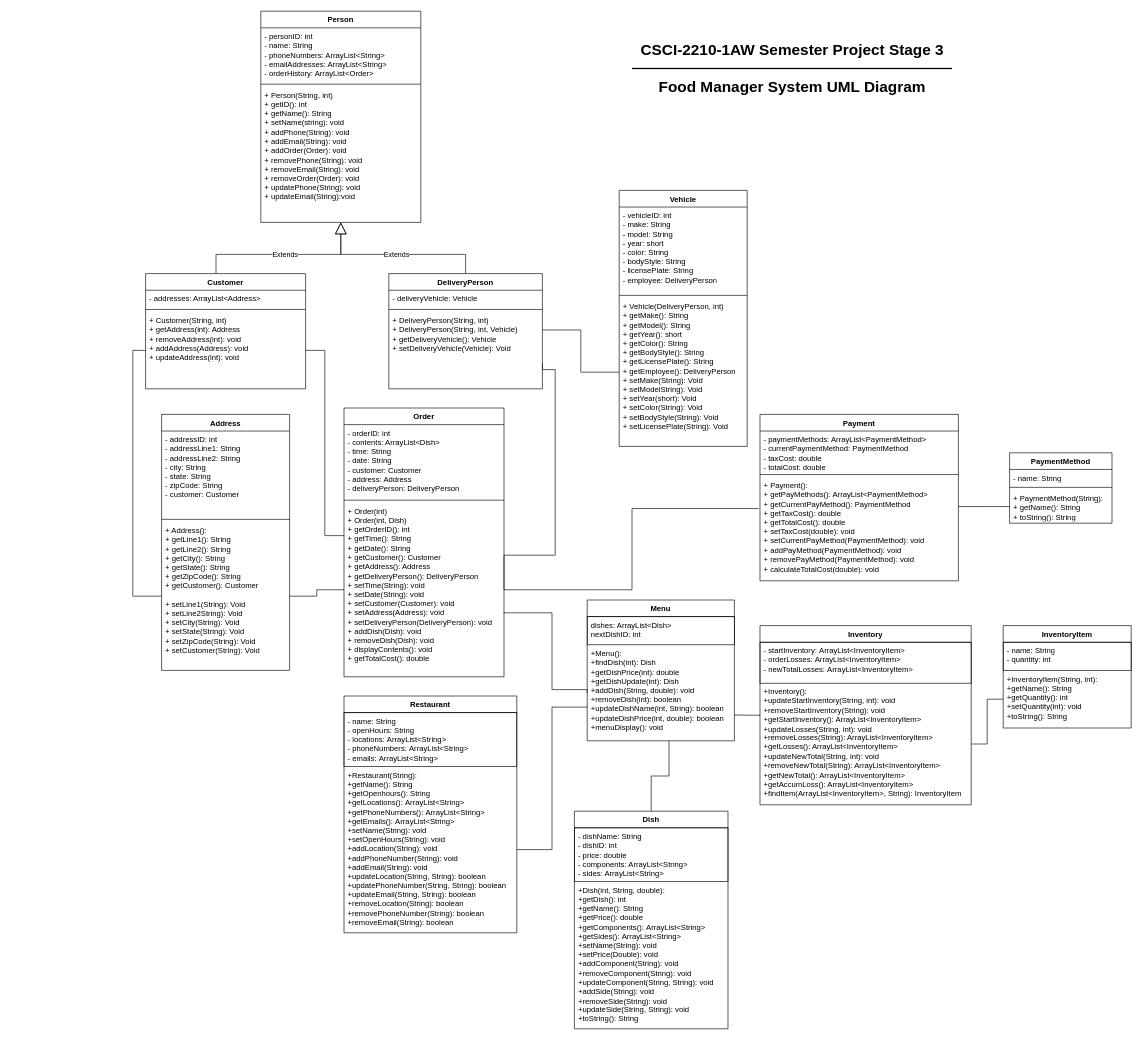
The draw.io diagram Part 3/Stage 3 UML Diagram.drawio in amayeux6704/food-manager, before the edit. Source tidied: cells renumbered, new cells numbered last; positions are measured from the earlier drawing's top-left corner, leaving out a move shared by most shapes. Both pictures are drawn from the tidied source at 64%, with x=0, y=0 at pixel (145, 11).
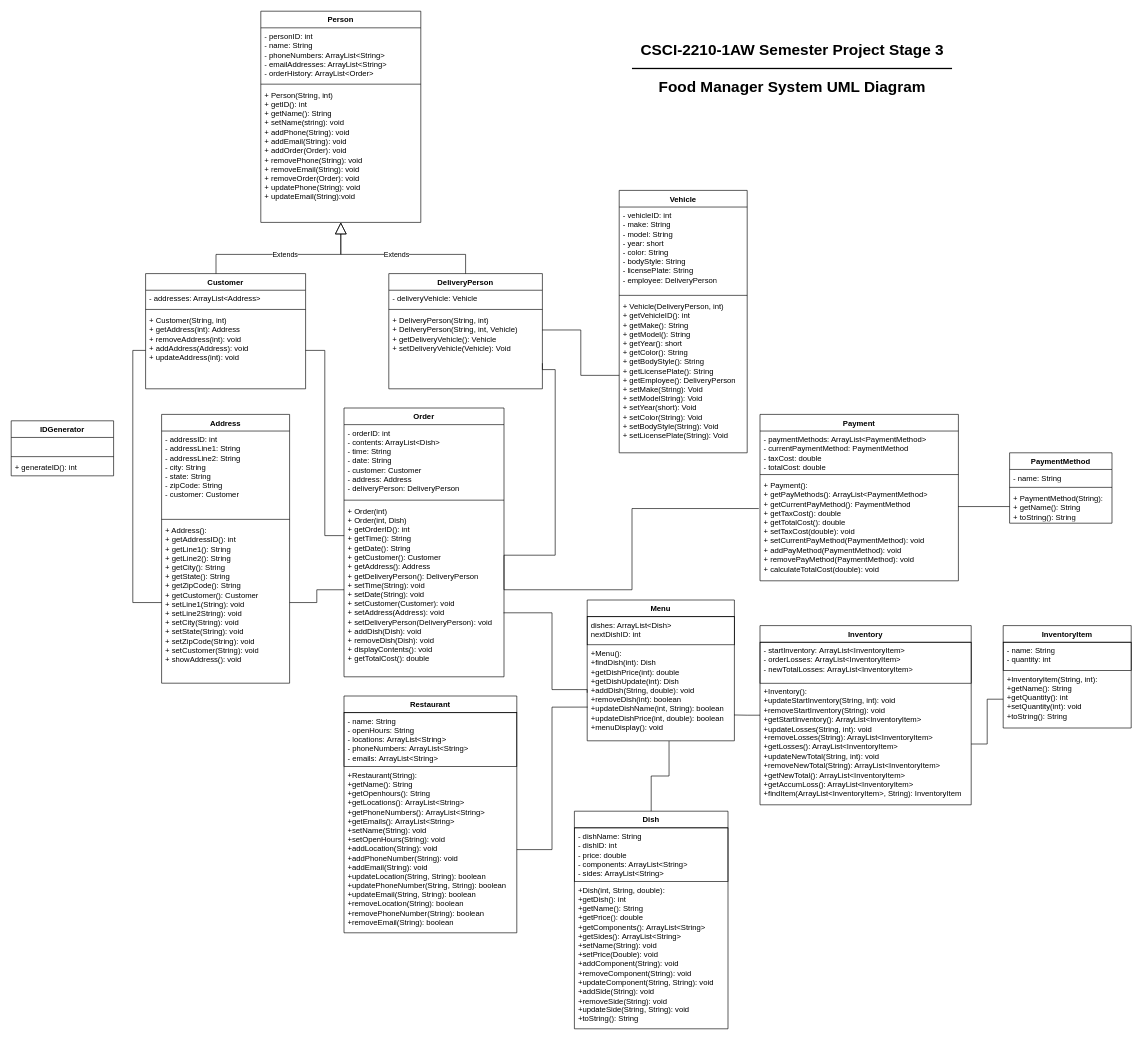
The same diagram, later.

Commit message (it also covers changes not shown here):
Added src folder for source code files, added Address.java, Customer.java, DeliveryPerson.java, Order.java, Person.java, and Vehicle.java. Updated UML diagram.

Change to the diagram source:
```diff
@@
     <mxCell id="2" value="Vehicle" style="swimlane;fontStyle=1;align=center;verticalAlign=top;horizontal=1;startSize=26;whiteSpace=wrap;html=1;" parent="1" vertex="1">
-      <mxGeometry x="740" y="280" width="200" height="400" as="geometry" />
+      <mxGeometry x="740" y="280" width="200" height="410" as="geometry" />
     </mxCell>
@@
-    <mxCell id="5" value="+ Vehicle(DeliveryPerson, int)&lt;div&gt;+ getMake(): String&lt;/div&gt;&lt;div&gt;+ getModel(): String&lt;/div&gt;&lt;div&gt;+ getYear(): short&lt;/div&gt;&lt;div&gt;+ getColor(): String&lt;/div&gt;&lt;div&gt;+ getBodyStyle(): String&lt;/div&gt;&lt;div&gt;+ getLicensePlate(): String&lt;/div&gt;&lt;div&gt;+ getEmployee(): DeliveryPerson&lt;/div&gt;&lt;div&gt;+ setMake(String): Void&lt;/div&gt;&lt;div&gt;+ setModelString): Void&lt;/div&gt;&lt;div&gt;+ setYear(short): Void&lt;/div&gt;&lt;div&gt;+ setColor(String): Void&lt;/div&gt;&lt;div&gt;+ setBodyStyle(String): Void&lt;/div&gt;&lt;div&gt;+ setLicensePlate(String): Void&lt;/div&gt;&lt;div&gt;&lt;br&gt;&lt;/div&gt;" style="text;strokeColor=none;fillColor=none;align=left;verticalAlign=top;spacingLeft=4;spacingRight=4;overflow=hidden;points=[[0,0.5],[1,0.5]];portConstraint=eastwest;whiteSpace=wrap;html=1;" parent="2" vertex="1">
-      <mxGeometry y="168" width="200" height="232" as="geometry" />
+    <mxCell id="5" value="+ Vehicle(DeliveryPerson, int)&lt;div&gt;+ getVehicleID(): int&lt;br&gt;&lt;div&gt;+ getMake(): String&lt;/div&gt;&lt;div&gt;+ getModel(): String&lt;/div&gt;&lt;div&gt;+ getYear(): short&lt;/div&gt;&lt;div&gt;+ getColor(): String&lt;/div&gt;&lt;div&gt;+ getBodyStyle(): String&lt;/div&gt;&lt;div&gt;+ getLicensePlate(): String&lt;/div&gt;&lt;div&gt;+ getEmployee(): DeliveryPerson&lt;/div&gt;&lt;div&gt;+ setMake(String): Void&lt;/div&gt;&lt;div&gt;+ setModelString): Void&lt;/div&gt;&lt;div&gt;+ setYear(short): Void&lt;/div&gt;&lt;div&gt;+ setColor(String): Void&lt;/div&gt;&lt;div&gt;+ setBodyStyle(String): Void&lt;/div&gt;&lt;div&gt;+ setLicensePlate(String): Void&lt;/div&gt;&lt;div&gt;&lt;br&gt;&lt;/div&gt;&lt;div&gt;&lt;br&gt;&lt;/div&gt;&lt;/div&gt;" style="text;strokeColor=none;fillColor=none;align=left;verticalAlign=top;spacingLeft=4;spacingRight=4;overflow=hidden;points=[[0,0.5],[1,0.5]];portConstraint=eastwest;whiteSpace=wrap;html=1;" parent="2" vertex="1">
+      <mxGeometry y="168" width="200" height="242" as="geometry" />
     </mxCell>
     <mxCell id="6" value="Address" style="swimlane;fontStyle=1;align=center;verticalAlign=top;horizontal=1;startSize=26;whiteSpace=wrap;html=1;" parent="1" vertex="1">
-      <mxGeometry x="25" y="630" width="200" height="400" as="geometry" />
+      <mxGeometry x="25" y="630" width="200" height="420" as="geometry" />
     </mxCell>
@@
-    <mxCell id="9" value="+ Address():&lt;div&gt;+ getLine1(): String&lt;/div&gt;&lt;div&gt;+ getLine2(): String&lt;/div&gt;&lt;div&gt;+ getCity(): String&lt;/div&gt;&lt;div&gt;+ getState(): String&lt;/div&gt;&lt;div&gt;+ getZipCode(): String&lt;/div&gt;&lt;div&gt;+ getCustomer(): Customer&lt;/div&gt;&lt;div&gt;&lt;br&gt;&lt;/div&gt;&lt;div&gt;+ setLine1(String): Void&lt;/div&gt;&lt;div&gt;+ setLine2String): Void&lt;/div&gt;&lt;div&gt;+ setCity(String): Void&lt;/div&gt;&lt;div&gt;+ setState(String): Void&lt;/div&gt;&lt;div&gt;+ setZipCode(String): Void&lt;/div&gt;&lt;div&gt;+ setCustomer(String): Void&lt;/div&gt;&lt;div&gt;&lt;br&gt;&lt;/div&gt;" style="text;strokeColor=none;fillColor=none;align=left;verticalAlign=top;spacingLeft=4;spacingRight=4;overflow=hidden;points=[[0,0.5],[1,0.5]];portConstraint=eastwest;whiteSpace=wrap;html=1;" parent="6" vertex="1">
-      <mxGeometry y="168" width="200" height="232" as="geometry" />
+    <mxCell id="9" value="+ Address():&lt;div&gt;+ getAddressID(): int&lt;br&gt;&lt;div&gt;+ getLine1(): String&lt;/div&gt;&lt;div&gt;+ getLine2(): String&lt;/div&gt;&lt;div&gt;+ getCity(): String&lt;/div&gt;&lt;div&gt;+ getState(): String&lt;/div&gt;&lt;div&gt;+ getZipCode(): String&lt;/div&gt;&lt;div&gt;+ getCustomer(): Customer&lt;/div&gt;&lt;div&gt;+ setLine1(String): void&lt;/div&gt;&lt;div&gt;+ setLine2String): void&lt;/div&gt;&lt;div&gt;+ setCity(String): void&lt;/div&gt;&lt;div&gt;+ setState(String): void&lt;/div&gt;&lt;div&gt;+ setZipCode(String): void&lt;/div&gt;&lt;div&gt;+ setCustomer(String): void&lt;/div&gt;&lt;div&gt;+ showAddress(): void&lt;/div&gt;&lt;/div&gt;" style="text;strokeColor=none;fillColor=none;align=left;verticalAlign=top;spacingLeft=4;spacingRight=4;overflow=hidden;points=[[0,0.5],[1,0.5]];portConstraint=eastwest;whiteSpace=wrap;html=1;" parent="6" vertex="1">
+      <mxGeometry y="168" width="200" height="252" as="geometry" />
     </mxCell>
@@
+    <mxCell id="64" value="IDGenerator" style="swimlane;fontStyle=1;align=center;verticalAlign=top;horizontal=1;startSize=26;whiteSpace=wrap;html=1;" parent="1" vertex="1">
+      <mxGeometry x="-210" y="640" width="160" height="86" as="geometry" />
+    </mxCell>
+    <mxCell id="65" value="&amp;nbsp;" style="text;strokeColor=none;fillColor=none;align=left;verticalAlign=top;spacingLeft=4;spacingRight=4;overflow=hidden;whiteSpace=wrap;html=1;" parent="64" vertex="1">
+      <mxGeometry y="26" width="160" height="26" as="geometry" />
+    </mxCell>
+    <mxCell id="66" style="line;strokeWidth=1;fillColor=none;align=left;verticalAlign=middle;spacingTop=-1;spacingLeft=3;spacingRight=3;labelPosition=right;strokeColor=inherit;" parent="64" vertex="1">
+      <mxGeometry y="52" width="160" height="8" as="geometry" />
+    </mxCell>
+    <mxCell id="67" value="+ generateID(): int" style="text;strokeColor=none;fillColor=none;align=left;verticalAlign=top;spacingLeft=4;spacingRight=4;overflow=hidden;whiteSpace=wrap;html=1;" parent="64" vertex="1">
+      <mxGeometry y="60" width="160" height="26" as="geometry" />
+    </mxCell>
```
